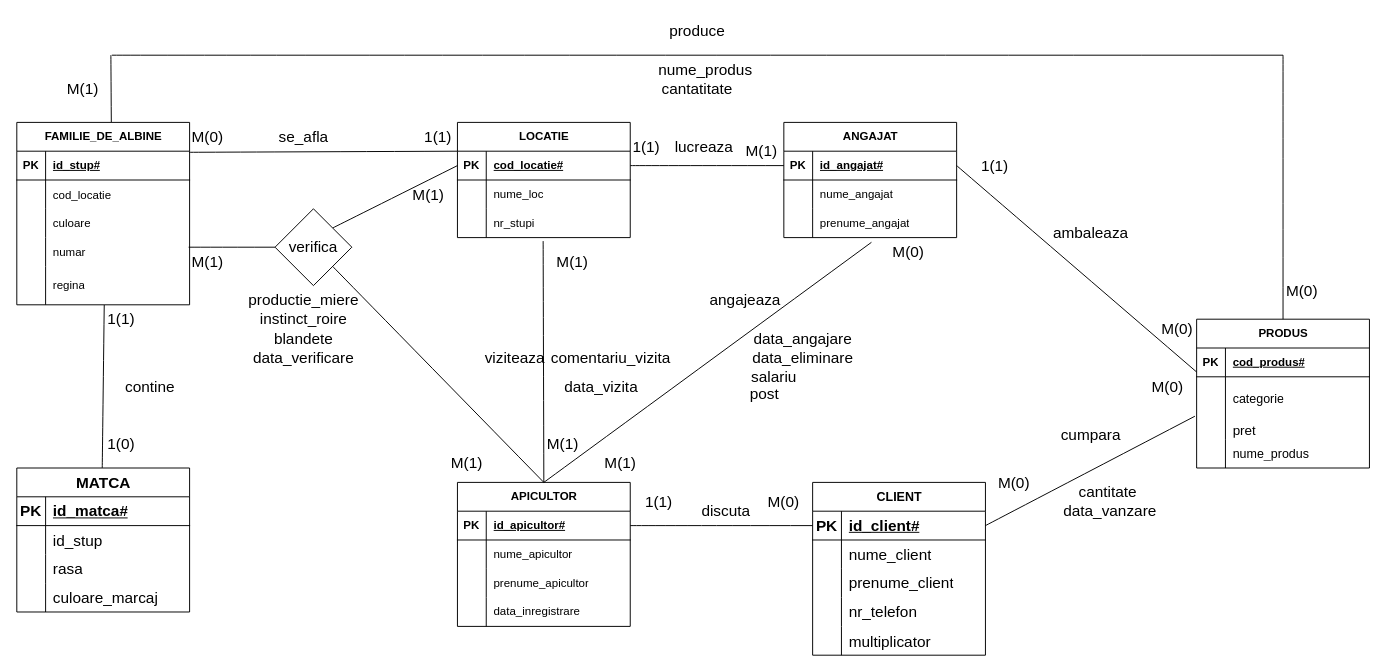
This is page "Page-1" (1 of 2) of Diagramă fără titlu.drawio from Matoka26/DataBase-Stupina, a draw.io file, before an edit. Source tidied: cells renumbered, new cells numbered last; positions are measured from the earlier drawing's top-left corner, leaving out a move shared by most shapes. Both pictures are drawn from the tidied source at 96%, with x=0, y=0 at pixel (16, 16).
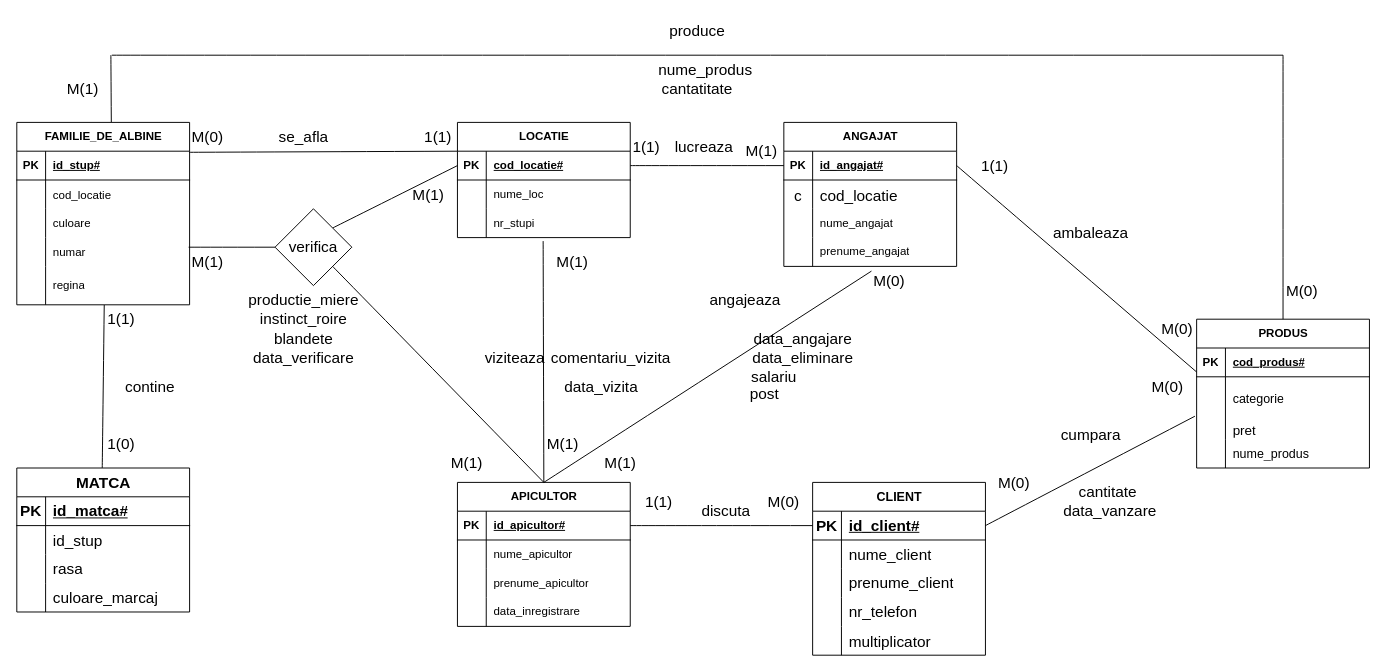
Above is the later version.

Diff of the diagram source:
```diff
@@
     <mxCell id="25" value="ANGAJAT" style="shape=table;startSize=30;childLayout=tableLayout;rowLines=0;fontStyle=1;align=center;html=1;" parent="1" vertex="1">
-      <mxGeometry x="799" y="110" width="180" height="120" as="geometry" />
+      <mxGeometry x="799" y="110" width="180" height="150" as="geometry" />
     </mxCell>
@@
+    <mxCell id="154" style="shape=tableRow;horizontal=0;startSize=0;swimlaneHead=0;swimlaneBody=0;fillColor=none;top=0;left=0;right=0;bottom=0;fontSize=16;" parent="25" vertex="1">
+      <mxGeometry y="60" width="180" height="30" as="geometry" />
+    </mxCell>
+    <mxCell id="155" value="c" style="shape=partialRectangle;fillColor=none;top=0;left=0;bottom=0;right=0;overflow=hidden;fontSize=16;" parent="154" vertex="1">
+      <mxGeometry width="30" height="30" as="geometry" />
+    </mxCell>
+    <mxCell id="156" value="cod_locatie" style="shape=partialRectangle;fillColor=none;top=0;left=0;bottom=0;right=0;align=left;spacingLeft=6;overflow=hidden;fontSize=16;" parent="154" vertex="1">
+      <mxGeometry x="30" width="150" height="30" as="geometry" />
+    </mxCell>
     <mxCell id="29" style="shape=tableRow;horizontal=0;startSize=0;swimlaneHead=0;swimlaneBody=0;fillColor=none;top=0;left=0;right=0;bottom=0;" parent="25" vertex="1">
-      <mxGeometry y="60" width="180" height="30" as="geometry" />
+      <mxGeometry y="90" width="180" height="30" as="geometry" />
     </mxCell>
@@
     <mxCell id="32" style="shape=tableRow;horizontal=0;startSize=0;swimlaneHead=0;swimlaneBody=0;fillColor=none;points=[[0,0.5],[1,0.5]];portConstraint=eastwest;top=0;left=0;right=0;bottom=0;" parent="25" vertex="1">
-      <mxGeometry y="90" width="180" height="30" as="geometry" />
+      <mxGeometry y="120" width="180" height="30" as="geometry" />
     </mxCell>
@@
     <mxCell id="99" value="M(0)" style="text;html=1;strokeColor=none;fillColor=none;align=center;verticalAlign=middle;whiteSpace=wrap;rounded=0;fontSize=16;" parent="1" vertex="1">
-      <mxGeometry x="899" y="230" width="60" height="30" as="geometry" />
+      <mxGeometry x="879" y="260" width="60" height="30" as="geometry" />
     </mxCell>
```
